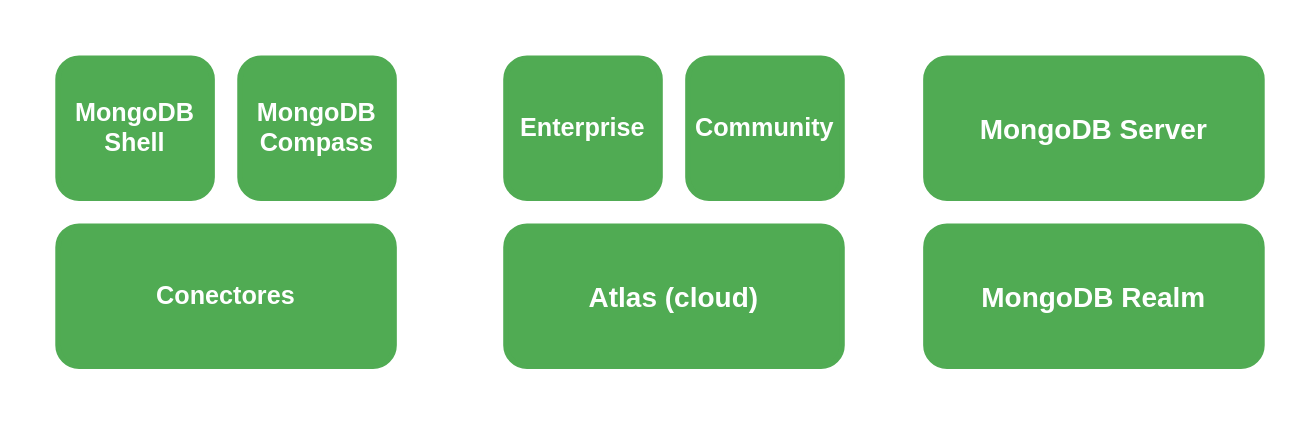
Above: imagenes/notas_de_mongodb/ecosistema_mongodb.svg in joseesco24/notas_de_desarrollo (draw.io), before the change. Source tidied: cells renumbered, new cells last; positions are measured from the earlier drawing's top-left corner, leaving out a move shared by most shapes.
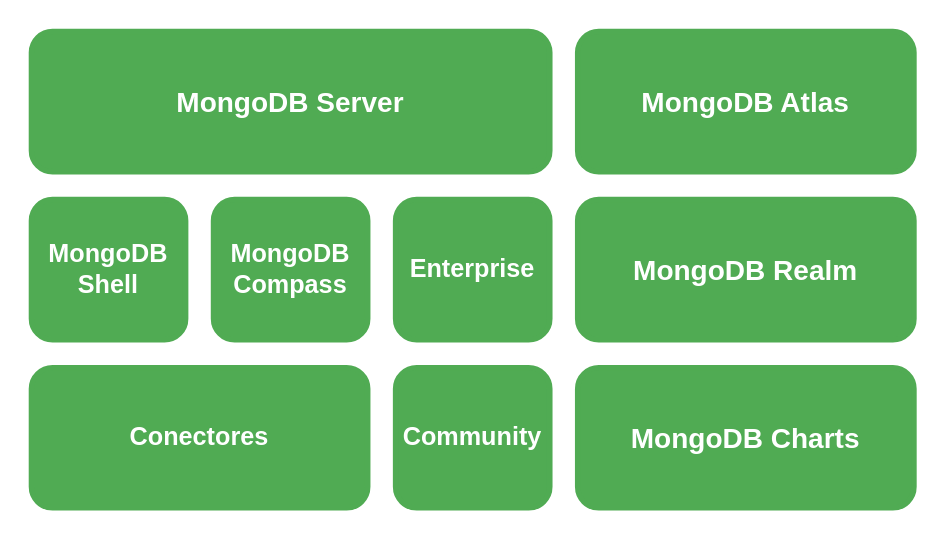
The same file after the commit.

Commit message:
mejoras en los diagramas y en elspaciado delas secciones de texto

What changed in the source:
```diff
@@ -2,35 +2,32 @@
   <root>
     <mxCell id="0" />
     <mxCell id="1" parent="0" />
-    <mxCell id="2" style="rounded=1;whiteSpace=wrap;html=1;strokeColor=#FFFFFF;strokeWidth=2;fillColor=none;gradientColor=none;" parent="1" vertex="1">
-      <mxGeometry x="320" width="280" height="260" as="geometry" />
-    </mxCell>
     <mxCell id="3" value="&lt;font style=&quot;font-size: 20px&quot; color=&quot;#ffffff&quot;&gt;&lt;b&gt;MongoDB Server&lt;/b&gt;&lt;/font&gt;" style="rounded=1;whiteSpace=wrap;html=1;strokeWidth=4;strokeColor=#50ab53;fillColor=#50ab53;" parent="1" vertex="1">
-      <mxGeometry x="640" y="20" width="240" height="100" as="geometry" />
+      <mxGeometry y="-40" width="370" height="100" as="geometry" />
     </mxCell>
     <mxCell id="4" value="&lt;font color=&quot;#ffffff&quot; size=&quot;1&quot;&gt;&lt;b style=&quot;font-size: 18px&quot;&gt;MongoDB Shell&lt;/b&gt;&lt;/font&gt;" style="rounded=1;whiteSpace=wrap;html=1;strokeWidth=4;fillColor=#50AB53;strokeColor=#50AB53;" parent="1" vertex="1">
-      <mxGeometry x="20" y="20" width="110" height="100" as="geometry" />
+      <mxGeometry y="80" width="110" height="100" as="geometry" />
     </mxCell>
     <mxCell id="5" value="&lt;font color=&quot;#ffffff&quot; size=&quot;1&quot;&gt;&lt;b style=&quot;font-size: 18px&quot;&gt;MongoDB Compass&lt;/b&gt;&lt;/font&gt;" style="rounded=1;whiteSpace=wrap;html=1;strokeWidth=4;strokeColor=#50AB53;fillColor=#50AB53;align=center;" parent="1" vertex="1">
-      <mxGeometry x="150" y="20" width="110" height="100" as="geometry" />
+      <mxGeometry x="130" y="80" width="110" height="100" as="geometry" />
     </mxCell>
     <mxCell id="6" value="&lt;font color=&quot;#ffffff&quot; size=&quot;1&quot;&gt;&lt;b style=&quot;font-size: 18px&quot;&gt;Conectores&lt;/b&gt;&lt;/font&gt;" style="rounded=1;whiteSpace=wrap;html=1;strokeWidth=4;strokeColor=#50AB53;fillColor=#50AB53;" parent="1" vertex="1">
-      <mxGeometry x="20" y="140" width="240" height="100" as="geometry" />
+      <mxGeometry y="200" width="240" height="100" as="geometry" />
     </mxCell>
     <mxCell id="7" value="&lt;font color=&quot;#ffffff&quot; size=&quot;1&quot;&gt;&lt;b style=&quot;font-size: 18px&quot;&gt;Community&lt;/b&gt;&lt;/font&gt;" style="rounded=1;whiteSpace=wrap;html=1;strokeWidth=4;strokeColor=#50ab53;fillColor=#50ab53;" parent="1" vertex="1">
-      <mxGeometry x="470" y="20" width="110" height="100" as="geometry" />
+      <mxGeometry x="260" y="200" width="110" height="100" as="geometry" />
     </mxCell>
     <mxCell id="8" value="&lt;font color=&quot;#ffffff&quot; size=&quot;1&quot;&gt;&lt;b style=&quot;font-size: 18px&quot;&gt;Enterprise&lt;/b&gt;&lt;/font&gt;" style="rounded=1;whiteSpace=wrap;html=1;strokeWidth=4;strokeColor=#50ab53;fillColor=#50ab53;" parent="1" vertex="1">
-      <mxGeometry x="340" y="20" width="110" height="100" as="geometry" />
+      <mxGeometry x="260" y="80" width="110" height="100" as="geometry" />
     </mxCell>
-    <mxCell id="9" value="&lt;font style=&quot;font-size: 20px&quot; color=&quot;#ffffff&quot;&gt;&lt;b&gt;Atlas (cloud)&lt;/b&gt;&lt;/font&gt;" style="rounded=1;whiteSpace=wrap;html=1;strokeWidth=4;strokeColor=#50ab53;fillColor=#50ab53;" parent="1" vertex="1">
-      <mxGeometry x="340" y="140" width="240" height="100" as="geometry" />
+    <mxCell id="9" value="&lt;font style=&quot;font-size: 20px&quot; color=&quot;#ffffff&quot;&gt;&lt;b&gt;MongoDB Atlas&lt;/b&gt;&lt;/font&gt;" style="rounded=1;whiteSpace=wrap;html=1;strokeWidth=4;strokeColor=#50ab53;fillColor=#50ab53;" parent="1" vertex="1">
+      <mxGeometry x="390" y="-40" width="240" height="100" as="geometry" />
     </mxCell>
     <mxCell id="10" value="&lt;font style=&quot;font-size: 20px&quot; color=&quot;#ffffff&quot;&gt;&lt;b&gt;MongoDB Realm&lt;/b&gt;&lt;/font&gt;" style="rounded=1;whiteSpace=wrap;html=1;strokeWidth=4;strokeColor=#50ab53;fillColor=#50ab53;" parent="1" vertex="1">
-      <mxGeometry x="640" y="140" width="240" height="100" as="geometry" />
+      <mxGeometry x="390" y="80" width="240" height="100" as="geometry" />
     </mxCell>
-    <mxCell id="11" style="rounded=1;whiteSpace=wrap;html=1;strokeColor=#FFFFFF;strokeWidth=2;fillColor=none;gradientColor=none;" parent="1" vertex="1">
-      <mxGeometry width="280" height="260" as="geometry" />
-    </mxCell>
+    <mxCell id="12" value="&lt;font color=&quot;#ffffff&quot;&gt;&lt;span style=&quot;font-size: 20px&quot;&gt;&lt;b&gt;MongoDB Charts&lt;/b&gt;&lt;/span&gt;&lt;/font&gt;" style="rounded=1;whiteSpace=wrap;html=1;strokeWidth=4;strokeColor=#50ab53;fillColor=#50ab53;" parent="1" vertex="1">
+      <mxGeometry x="390" y="200" width="240" height="100" as="geometry" />
+    </mxCell>
   </root>
 </mxGraphModel>
```
